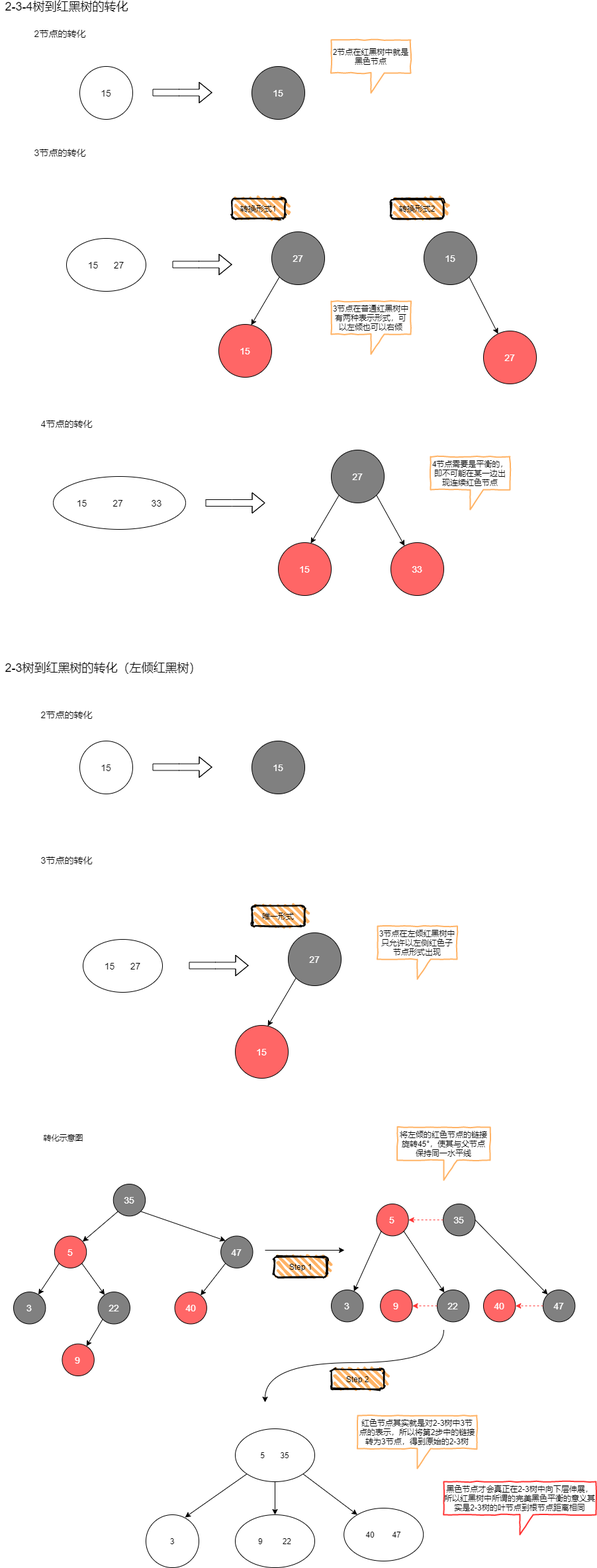
moonhui/DrawFiles keeps this draw.io diagram as bTree2RBTree.png. Above is the earlier version. Source tidied: cells renumbered, new cells last; positions are measured from the earlier drawing's top-left corner, leaving out a move shared by most shapes.
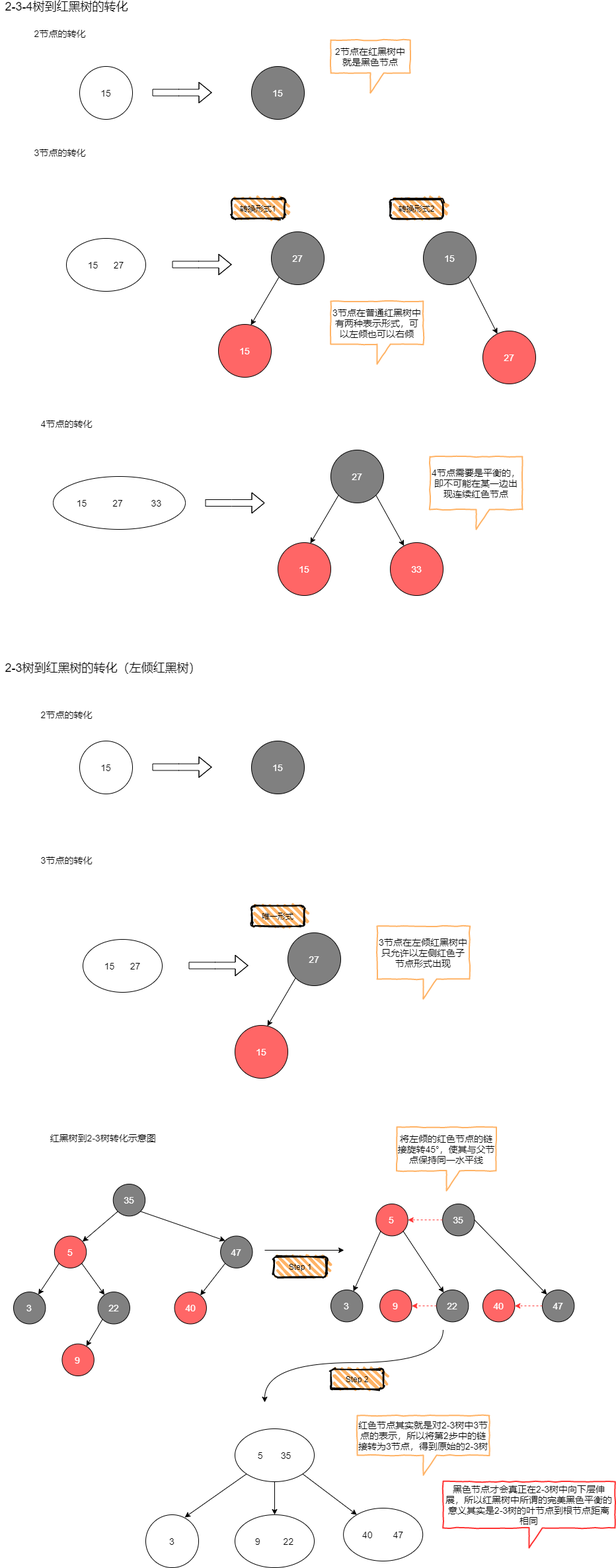
Later version of the same file.

What changed in the source:
```diff
@@ -140,17 +140,17 @@
     <mxCell id="37" value="唯一形式" style="rounded=1;whiteSpace=wrap;html=1;strokeWidth=2;fillWeight=4;hachureGap=8;hachureAngle=45;sketch=1;fillColor=#FFB366;" parent="1" vertex="1">
       <mxGeometry x="380" y="1370" width="80" height="30" as="geometry" />
     </mxCell>
-    <mxCell id="38" value="3节点在左倾红黑树中只允许以左侧红色子节点形式出现" style="shape=callout;whiteSpace=wrap;html=1;perimeter=calloutPerimeter;fillColor=#FFFFFF;comic=1;strokeColor=#FFB366;strokeWidth=2;" parent="1" vertex="1">
-      <mxGeometry x="570" y="1400" width="120" height="80" as="geometry" />
+    <mxCell id="38" value="&lt;font style=&quot;font-size: 14px&quot;&gt;3节点在左倾红黑树中只允许以左侧红色子节点形式出现&lt;/font&gt;" style="shape=callout;whiteSpace=wrap;html=1;perimeter=calloutPerimeter;fillColor=#FFFFFF;comic=1;strokeColor=#FFB366;strokeWidth=2;" parent="1" vertex="1">
+      <mxGeometry x="570" y="1400" width="140" height="110" as="geometry" />
     </mxCell>
-    <mxCell id="39" value="4节点需要是平衡的，即不可能在某一边出现连续红色节点" style="shape=callout;whiteSpace=wrap;html=1;perimeter=calloutPerimeter;fillColor=#FFFFFF;comic=1;strokeColor=#FFB366;strokeWidth=2;" parent="1" vertex="1">
-      <mxGeometry x="650" y="690" width="120" height="80" as="geometry" />
+    <mxCell id="39" value="&lt;font style=&quot;font-size: 14px&quot;&gt;4节点需要是平衡的，即不可能在某一边出现连续红色节点&lt;/font&gt;" style="shape=callout;whiteSpace=wrap;html=1;perimeter=calloutPerimeter;fillColor=#FFFFFF;comic=1;strokeColor=#FFB366;strokeWidth=2;" parent="1" vertex="1">
+      <mxGeometry x="650" y="690" width="140" height="110" as="geometry" />
     </mxCell>
-    <mxCell id="40" value="2节点在红黑树中就是黑色节点" style="shape=callout;whiteSpace=wrap;html=1;perimeter=calloutPerimeter;fillColor=#FFFFFF;comic=1;strokeColor=#FFB366;strokeWidth=2;" parent="1" vertex="1">
+    <mxCell id="40" value="&lt;font style=&quot;font-size: 14px&quot;&gt;2节点在红黑树中就是黑色节点&lt;/font&gt;" style="shape=callout;whiteSpace=wrap;html=1;perimeter=calloutPerimeter;fillColor=#FFFFFF;comic=1;strokeColor=#FFB366;strokeWidth=2;" parent="1" vertex="1">
       <mxGeometry x="500" y="60" width="120" height="80" as="geometry" />
     </mxCell>
-    <mxCell id="41" value="转化示意图" style="text;html=1;align=center;verticalAlign=middle;" parent="1" vertex="1">
-      <mxGeometry x="55" y="1710" width="80" height="20" as="geometry" />
+    <mxCell id="41" value="&lt;font style=&quot;font-size: 14px&quot;&gt;红黑树到2-3树转化示意图&lt;/font&gt;" style="text;html=1;align=center;verticalAlign=middle;" parent="1" vertex="1">
+      <mxGeometry x="65" y="1710" width="180" height="20" as="geometry" />
     </mxCell>
     <mxCell id="42" style="group;" parent="1" vertex="1">
       <mxGeometry x="20" y="1790" width="375" height="290" as="geometry" />
@@ -203,16 +203,16 @@
     <mxCell id="58" style="edgeStyle=none;rounded=0;jettySize=auto;html=1;exitX=1;exitY=1;exitDx=0;exitDy=0;" parent="1" edge="1" source="59" target="62">
       <mxGeometry relative="1" as="geometry" />
     </mxCell>
-    <mxCell id="59" value="5&amp;nbsp; &amp;nbsp; &amp;nbsp; &amp;nbsp;35" style="ellipse;whiteSpace=wrap;html=1;comic=1;strokeWidth=1;fillColor=#FFFFFF;" parent="1" vertex="1">
+    <mxCell id="59" value="&lt;font style=&quot;font-size: 14px&quot;&gt;5&amp;nbsp; &amp;nbsp; &amp;nbsp; &amp;nbsp;35&lt;/font&gt;" style="ellipse;whiteSpace=wrap;html=1;comic=1;strokeWidth=1;fillColor=#FFFFFF;" parent="1" vertex="1">
       <mxGeometry x="355" y="2160" width="120" height="80" as="geometry" />
     </mxCell>
-    <mxCell id="60" value="3" style="ellipse;whiteSpace=wrap;html=1;comic=1;strokeColor=#000000;strokeWidth=1;fillColor=#FFFFFF;" parent="1" vertex="1">
+    <mxCell id="60" value="&lt;font style=&quot;font-size: 14px&quot;&gt;3&lt;/font&gt;" style="ellipse;whiteSpace=wrap;html=1;comic=1;strokeColor=#000000;strokeWidth=1;fillColor=#FFFFFF;" parent="1" vertex="1">
       <mxGeometry x="220" y="2290" width="80" height="80" as="geometry" />
     </mxCell>
-    <mxCell id="61" value="9&amp;nbsp; &amp;nbsp; &amp;nbsp; &amp;nbsp; &amp;nbsp;22" style="ellipse;whiteSpace=wrap;html=1;comic=1;strokeWidth=1;fillColor=#FFFFFF;" parent="1" vertex="1">
+    <mxCell id="61" value="&lt;font style=&quot;font-size: 14px&quot;&gt;9&amp;nbsp; &amp;nbsp; &amp;nbsp; &amp;nbsp; &amp;nbsp;22&lt;/font&gt;" style="ellipse;whiteSpace=wrap;html=1;comic=1;strokeWidth=1;fillColor=#FFFFFF;" parent="1" vertex="1">
       <mxGeometry x="355" y="2290" width="120" height="80" as="geometry" />
     </mxCell>
-    <mxCell id="62" value="40&amp;nbsp; &amp;nbsp; &amp;nbsp; &amp;nbsp; 47" style="ellipse;whiteSpace=wrap;html=1;comic=1;strokeWidth=1;fillColor=#FFFFFF;" parent="1" vertex="1">
+    <mxCell id="62" value="&lt;font style=&quot;font-size: 14px&quot;&gt;40&amp;nbsp; &amp;nbsp; &amp;nbsp; &amp;nbsp; 47&lt;/font&gt;" style="ellipse;whiteSpace=wrap;html=1;comic=1;strokeWidth=1;fillColor=#FFFFFF;" parent="1" vertex="1">
       <mxGeometry x="519.2" y="2280" width="120" height="80" as="geometry" />
     </mxCell>
     <mxCell id="63" style="group;" parent="1" vertex="1">
@@ -279,17 +279,17 @@
     <mxCell id="80" value="Step 2" style="rounded=1;whiteSpace=wrap;html=1;strokeWidth=2;fillWeight=4;hachureGap=8;hachureAngle=45;sketch=1;fillColor=#FFB366;" parent="1" vertex="1">
       <mxGeometry x="500" y="2070" width="80" height="30" as="geometry" />
     </mxCell>
-    <mxCell id="81" value="将左倾的红色节点的链接旋转45°，使其与父节点保持同一水平线" style="shape=callout;whiteSpace=wrap;html=1;perimeter=calloutPerimeter;fillColor=#FFFFFF;comic=1;strokeColor=#FFB366;strokeWidth=2;" parent="1" vertex="1">
-      <mxGeometry x="600" y="1704" width="140" height="80" as="geometry" />
+    <mxCell id="81" value="&lt;font style=&quot;font-size: 14px&quot;&gt;将左倾的红色节点的链接旋转45°，使其与父节点保持同一水平线&lt;/font&gt;" style="shape=callout;whiteSpace=wrap;html=1;perimeter=calloutPerimeter;fillColor=#FFFFFF;comic=1;strokeColor=#FFB366;strokeWidth=2;" parent="1" vertex="1">
+      <mxGeometry x="600" y="1704" width="150" height="96" as="geometry" />
     </mxCell>
-    <mxCell id="82" value="红色节点其实就是对2-3树中3节点的表示，所以将第2步中的链接转为3节点，得到原始的2-3树" style="shape=callout;whiteSpace=wrap;html=1;perimeter=calloutPerimeter;fillColor=#FFFFFF;comic=1;strokeColor=#FFB366;strokeWidth=2;" parent="1" vertex="1">
-      <mxGeometry x="540" y="2140" width="180" height="80" as="geometry" />
+    <mxCell id="82" value="&lt;font style=&quot;font-size: 14px&quot;&gt;红色节点其实就是对2-3树中3节点的表示，所以将第2步中的链接转为3节点，得到原始的2-3树&lt;/font&gt;" style="shape=callout;whiteSpace=wrap;html=1;perimeter=calloutPerimeter;fillColor=#FFFFFF;comic=1;strokeColor=#FFB366;strokeWidth=2;" parent="1" vertex="1">
+      <mxGeometry x="540" y="2140" width="200" height="90" as="geometry" />
     </mxCell>
-    <mxCell id="83" value="3节点在普通红黑树中有两种表示形式，可以左倾也可以右倾" style="shape=callout;whiteSpace=wrap;html=1;perimeter=calloutPerimeter;fillColor=#FFFFFF;comic=1;strokeColor=#FFB366;strokeWidth=2;" parent="1" vertex="1">
-      <mxGeometry x="500" y="455" width="120" height="80" as="geometry" />
+    <mxCell id="83" value="&lt;font style=&quot;font-size: 14px&quot;&gt;3节点在普通红黑树中有两种表示形式，可以左倾也可以右倾&lt;/font&gt;" style="shape=callout;whiteSpace=wrap;html=1;perimeter=calloutPerimeter;fillColor=#FFFFFF;comic=1;strokeColor=#FFB366;strokeWidth=2;" parent="1" vertex="1">
+      <mxGeometry x="500" y="455" width="140" height="95" as="geometry" />
     </mxCell>
-    <mxCell id="84" value="黑色节点才会真正在2-3树中向下层伸展，所以红黑树中所谓的完美黑色平衡的意义其实是2-3树的叶节点到根节点距离相同" style="shape=callout;whiteSpace=wrap;html=1;perimeter=calloutPerimeter;fillColor=#FFFFFF;comic=1;strokeWidth=2;strokeColor=#FF3333;" parent="1" vertex="1">
-      <mxGeometry x="670" y="2240" width="230" height="80" as="geometry" />
+    <mxCell id="84" value="&lt;font style=&quot;font-size: 14px&quot;&gt;黑色节点才会真正在2-3树中向下层伸展，所以红黑树中所谓的完美黑色平衡的意义其实是2-3树的叶节点到根节点距离相同&lt;/font&gt;" style="shape=callout;whiteSpace=wrap;html=1;perimeter=calloutPerimeter;fillColor=#FFFFFF;comic=1;strokeWidth=2;strokeColor=#FF3333;" parent="1" vertex="1">
+      <mxGeometry x="670" y="2240" width="260" height="100" as="geometry" />
     </mxCell>
   </root>
 </mxGraphModel>
```
